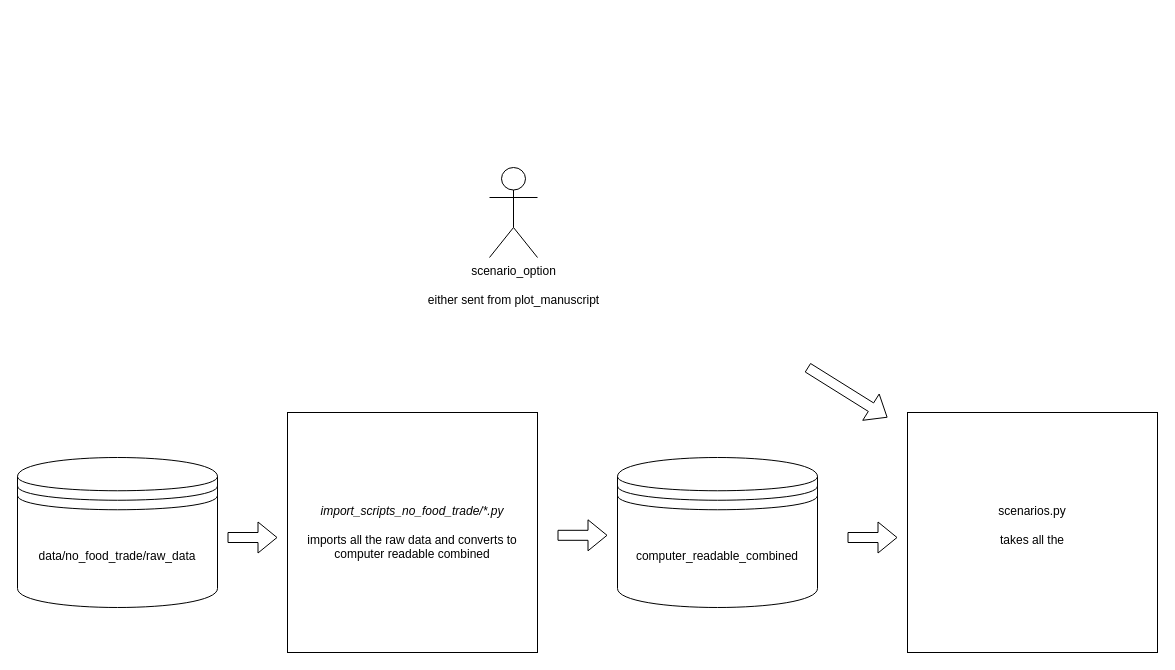
This is docs/repository_flowchart/Untitled Diagram.drawio from allfed/allfed-integrated-model, a draw.io file, before an edit. Source tidied: cells renumbered, new cells numbered last; positions are measured from the earlier drawing's top-left corner, leaving out a move shared by most shapes. Both pictures are drawn from the tidied source at 100%, with x=0, y=0 at pixel (17, 167).
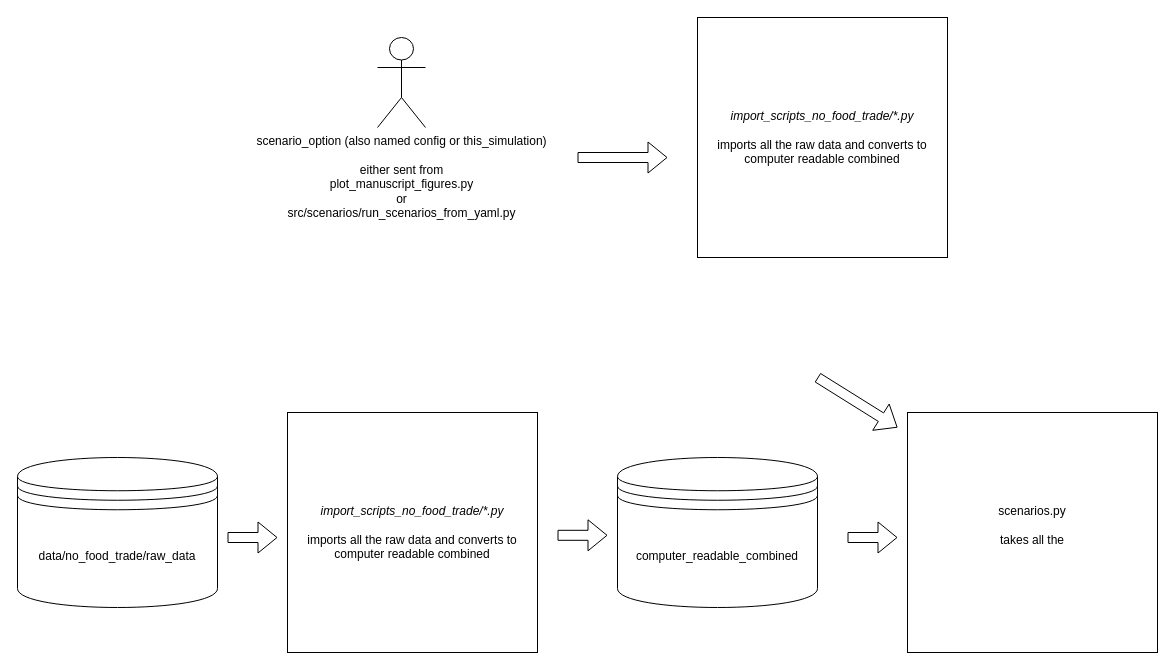
After the change.

Diff of the diagram source:
```diff
@@
 <mxGraphModel>
   <root>
     <mxCell id="0" />
     <mxCell id="1" parent="0" />
     <mxCell id="2" value="&lt;div&gt;&lt;i&gt;import_scripts_no_food_trade/*.py&lt;br&gt;&lt;/i&gt;&lt;/div&gt;&lt;div&gt;&lt;br&gt;imports all the raw data and converts to computer readable combined&lt;br&gt;&lt;i&gt;&lt;/i&gt;&lt;/div&gt;" style="rounded=0;whiteSpace=wrap;html=1;" parent="1" vertex="1">
       <mxGeometry x="270" y="245" width="250" height="240" as="geometry" />
     </mxCell>
     <mxCell id="3" value="computer_readable_combined" style="shape=datastore;whiteSpace=wrap;html=1;" parent="1" vertex="1">
       <mxGeometry x="600" y="290" width="200" height="150" as="geometry" />
     </mxCell>
     <mxCell id="4" value="data/no_food_trade/raw_data" style="shape=datastore;whiteSpace=wrap;html=1;" parent="1" vertex="1">
       <mxGeometry y="290" width="200" height="150" as="geometry" />
     </mxCell>
     <mxCell id="5" style="shape=flexArrow;endArrow=classic;html=1;rounded=0;" parent="1" edge="1">
       <mxGeometry relative="1" as="geometry">
         <mxPoint x="210" y="370" as="sourcePoint" />
         <mxPoint x="260" y="370" as="targetPoint" />
       </mxGeometry>
     </mxCell>
     <mxCell id="6" style="shape=flexArrow;endArrow=classic;html=1;rounded=0;" parent="1" edge="1">
       <mxGeometry relative="1" as="geometry">
         <mxPoint x="540" y="367.8" as="sourcePoint" />
         <mxPoint x="590" y="367.8" as="targetPoint" />
       </mxGeometry>
     </mxCell>
     <mxCell id="7" value="&lt;div&gt;scenarios.py&lt;br&gt;&lt;/div&gt;&lt;div&gt;&lt;br&gt;&lt;/div&gt;&lt;div&gt;takes all the &lt;br&gt;&lt;br&gt;&lt;/div&gt;" style="rounded=0;whiteSpace=wrap;html=1;" parent="1" vertex="1">
       <mxGeometry x="890" y="245" width="250" height="240" as="geometry" />
     </mxCell>
     <mxCell id="8" style="shape=flexArrow;endArrow=classic;html=1;rounded=0;" parent="1" edge="1">
       <mxGeometry relative="1" as="geometry">
         <mxPoint x="830" y="370" as="sourcePoint" />
         <mxPoint x="880" y="370" as="targetPoint" />
       </mxGeometry>
     </mxCell>
-    <mxCell id="9" value="&lt;div&gt;scenario_option&lt;br&gt;&lt;br&gt;either sent from plot_manuscript&lt;br&gt;&lt;/div&gt;" style="shape=umlActor;verticalLabelPosition=bottom;verticalAlign=top;html=1;" parent="1" vertex="1">
-      <mxGeometry x="472" width="48" height="90" as="geometry" />
+    <mxCell id="9" value="&lt;div&gt;scenario_option (also named config or this_simulation)&lt;br&gt;&lt;br&gt;either sent from &lt;br&gt;&lt;/div&gt;&lt;div&gt;plot_manuscript_figures.py&lt;/div&gt;&lt;div&gt; or &lt;br&gt;&lt;/div&gt;&lt;div&gt;src/scenarios/run_scenarios_from_yaml.py&lt;br&gt;&lt;/div&gt;" style="shape=umlActor;verticalLabelPosition=bottom;verticalAlign=top;html=1;" parent="1" vertex="1">
+      <mxGeometry x="360" y="-130" width="48" height="90" as="geometry" />
     </mxCell>
     <mxCell id="10" style="shape=flexArrow;endArrow=classic;html=1;rounded=0;" parent="1" edge="1">
       <mxGeometry relative="1" as="geometry">
-        <mxPoint x="790" y="200" as="sourcePoint" />
-        <mxPoint x="870" y="250" as="targetPoint" />
+        <mxPoint x="560" y="-10" as="sourcePoint" />
+        <mxPoint x="650" y="-10" as="targetPoint" />
       </mxGeometry>
     </mxCell>
+    <mxCell id="11" style="shape=flexArrow;endArrow=classic;html=1;rounded=0;" parent="1" edge="1">
+      <mxGeometry relative="1" as="geometry">
+        <mxPoint x="800" y="210" as="sourcePoint" />
+        <mxPoint x="880" y="260" as="targetPoint" />
+      </mxGeometry>
+    </mxCell>
+    <mxCell id="12" value="&lt;div&gt;&lt;i&gt;import_scripts_no_food_trade/*.py&lt;br&gt;&lt;/i&gt;&lt;/div&gt;&lt;div&gt;&lt;br&gt;imports all the raw data and converts to computer readable combined&lt;br&gt;&lt;i&gt;&lt;/i&gt;&lt;/div&gt;" style="rounded=0;whiteSpace=wrap;html=1;" parent="1" vertex="1">
+      <mxGeometry x="680" y="-150" width="250" height="240" as="geometry" />
+    </mxCell>
   </root>
 </mxGraphModel>
```
